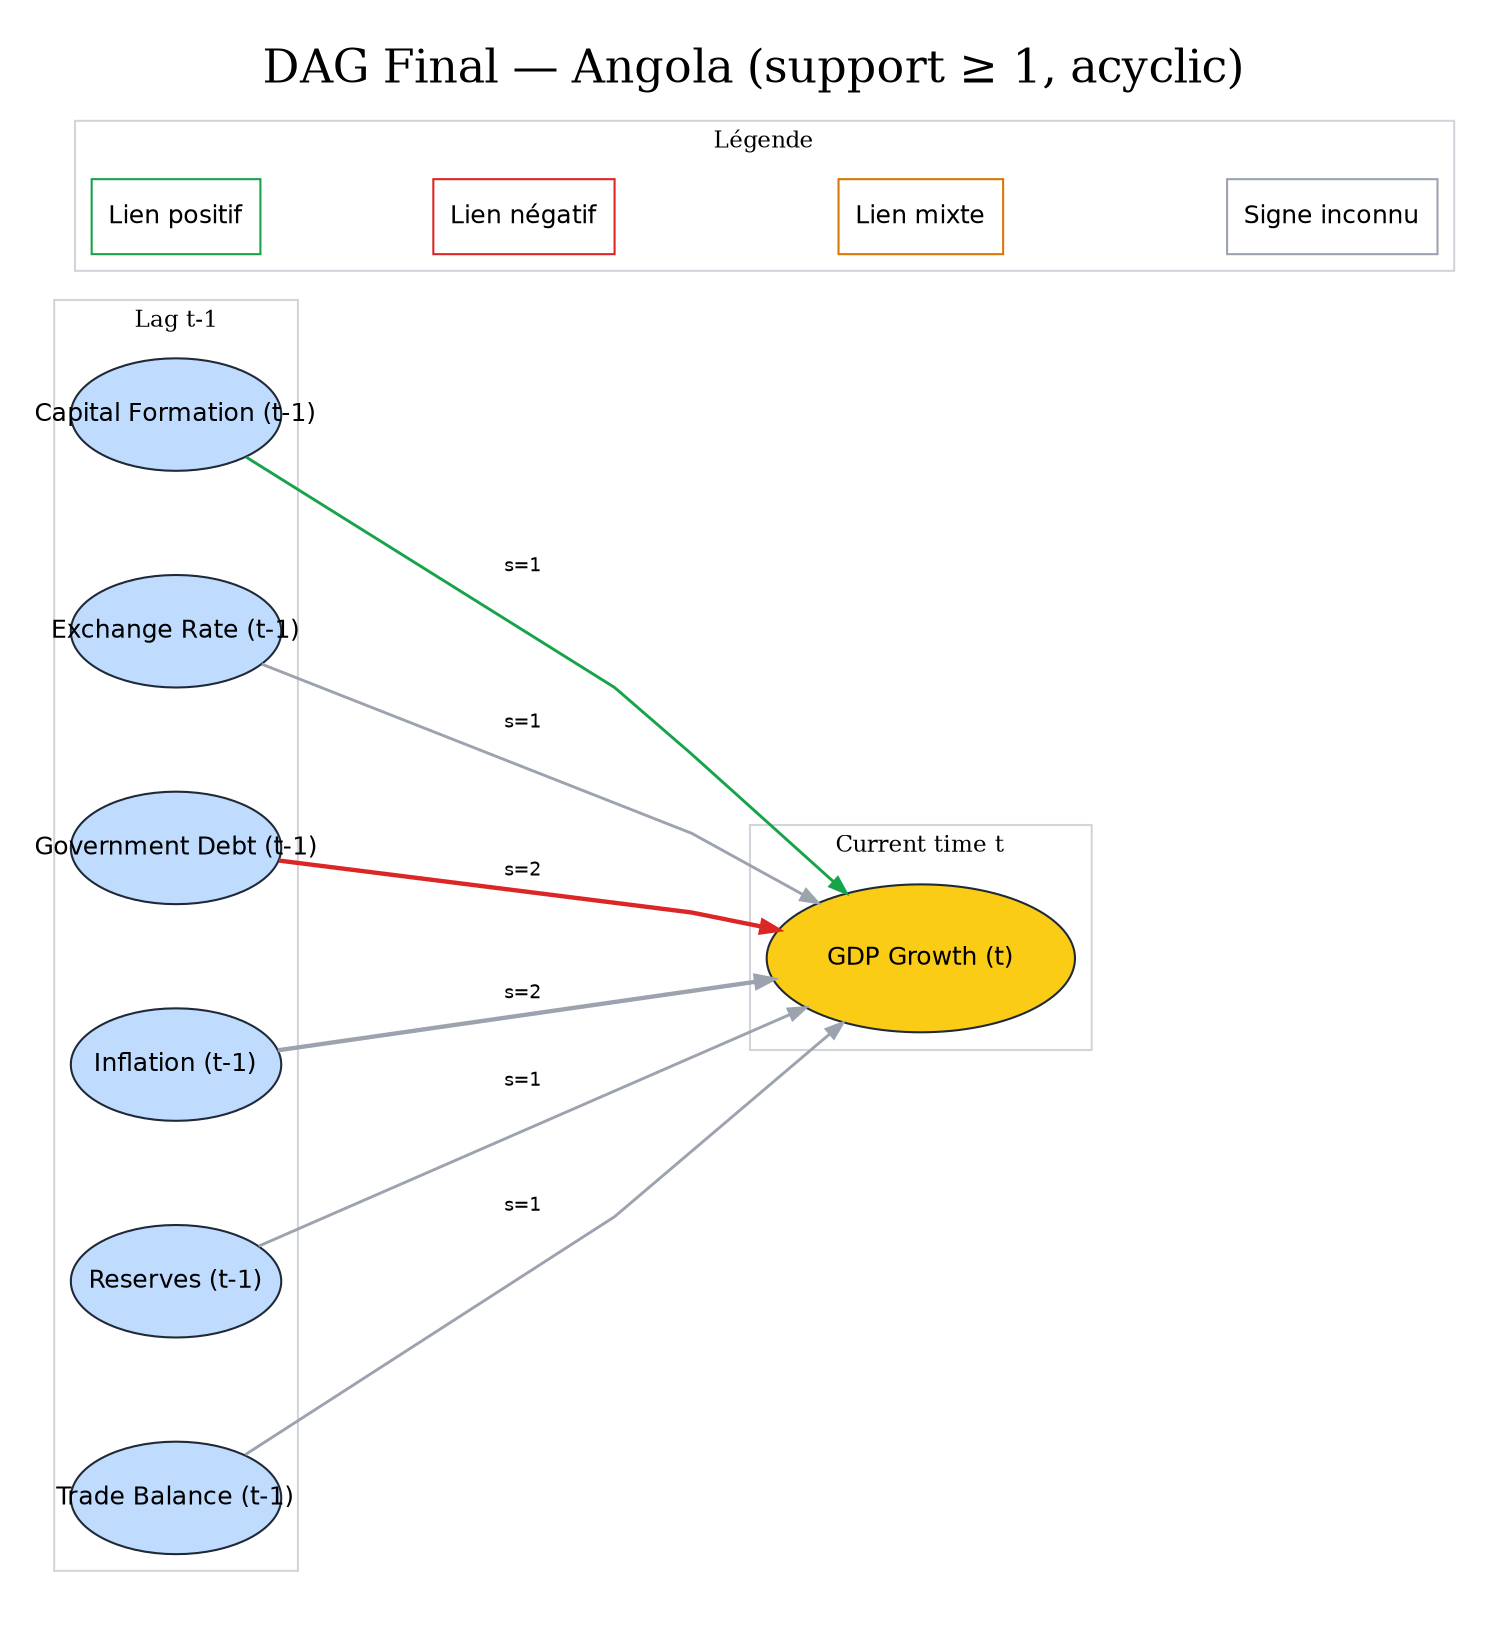
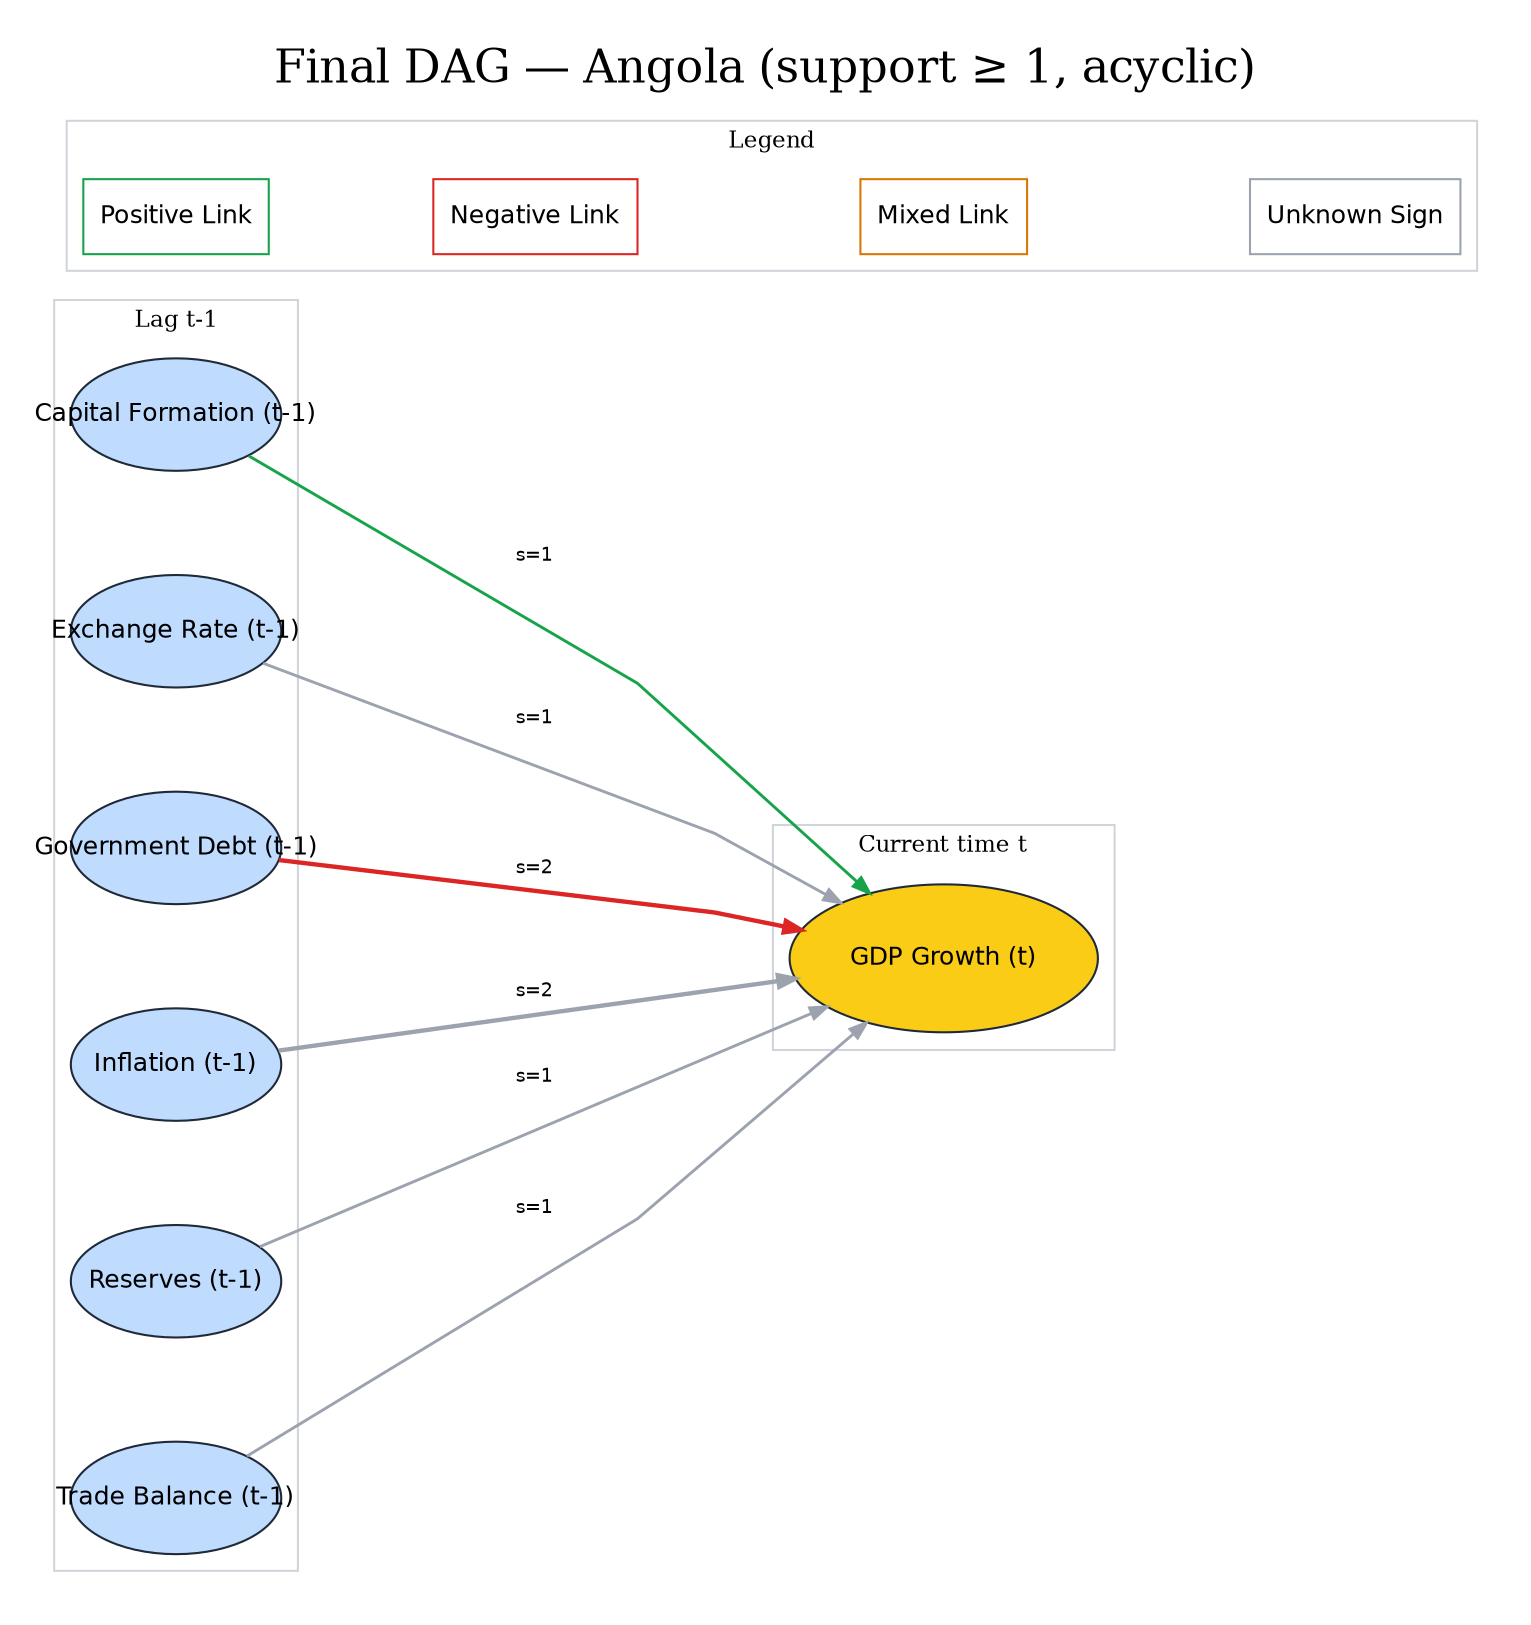
digraph DAG {
- 	bgcolor=white fontsize=22 label="DAG Final — Angola (support ≥ 1, acyclic)" labelloc=t pad=0.25 rankdir=LR
+ 	bgcolor=white fontsize=22 label="Final DAG — Angola (support ≥ 1, acyclic)" labelloc=t pad=0.25 rankdir=LR
	graph [concentrate=false nodesep=0.7 overlap=false ranksep=1.0 splines=polyline]
	node [color="#1f2937" fontname=Helvetica fontsize=12 shape=ellipse style=filled]
	edge [arrowsize=0.8 fontname=Helvetica fontsize=9]
	subgraph cluster_t1 {
		color="#d1d5db" fontsize=11 label="Lag t-1"
		rank=same
		"Capital_Formation__t-1" [label="Capital Formation (t-1)" fillcolor="#bfdbfe" fixedsize=true fontcolor=black height=0.75 width=1.4]
		"Exchange_Rate__t-1" [label="Exchange Rate (t-1)" fillcolor="#bfdbfe" fixedsize=true fontcolor=black height=0.75 width=1.4]
		"Government_Debt__t-1" [label="Government Debt (t-1)" fillcolor="#bfdbfe" fixedsize=true fontcolor=black height=0.75 width=1.4]
		"Inflation__t-1" [label="Inflation (t-1)" fillcolor="#bfdbfe" fixedsize=true fontcolor=black height=0.75 width=1.4]
		"Reserves__t-1" [label="Reserves (t-1)" fillcolor="#bfdbfe" fixedsize=true fontcolor=black height=0.75 width=1.4]
		"Trade_Balance__t-1" [label="Trade Balance (t-1)" fillcolor="#bfdbfe" fixedsize=true fontcolor=black height=0.75 width=1.4]
	}
	subgraph cluster_t {
		color="#d1d5db" fontsize=11 label="Current time t"
		rank=same
		GDP_Growth__t [label="GDP Growth (t)" fillcolor="#facc15" fixedsize=true fontcolor=black height=0.98 width=2.06]
	}
	"Government_Debt__t-1" -> GDP_Growth__t [label="s=2" color="#dc2626" minlen=2 penwidth=2.0999999999999996]
	"Inflation__t-1" -> GDP_Growth__t [label="s=2" color="#9ca3af" minlen=2 penwidth=2.0999999999999996]
	"Reserves__t-1" -> GDP_Growth__t [label="s=1" color="#9ca3af" minlen=2 penwidth=1.4]
	"Capital_Formation__t-1" -> GDP_Growth__t [label="s=1" color="#16a34a" minlen=2 penwidth=1.4]
	"Exchange_Rate__t-1" -> GDP_Growth__t [label="s=1" color="#9ca3af" minlen=2 penwidth=1.4]
	"Trade_Balance__t-1" -> GDP_Growth__t [label="s=1" color="#9ca3af" minlen=2 penwidth=1.4]
	subgraph cluster_legend {
- 		color="#d1d5db" fontsize=11 label="Légende"
- 		Lpos [label="Lien positif" color="#16a34a" fillcolor=white shape=box style=filled]
- 		Lneg [label="Lien négatif" color="#dc2626" fillcolor=white shape=box style=filled]
- 		Lmix [label="Lien mixte" color="#d97706" fillcolor=white shape=box style=filled]
- 		Lunk [label="Signe inconnu" color="#9ca3af" fillcolor=white shape=box style=filled]
+ 		color="#d1d5db" fontsize=11 label=Legend
+ 		Lpos [label="Positive Link" color="#16a34a" fillcolor=white shape=box style=filled]
+ 		Lneg [label="Negative Link" color="#dc2626" fillcolor=white shape=box style=filled]
+ 		Lmix [label="Mixed Link" color="#d97706" fillcolor=white shape=box style=filled]
+ 		Lunk [label="Unknown Sign" color="#9ca3af" fillcolor=white shape=box style=filled]
		Lpos -> Lneg [style=invis]
		Lneg -> Lmix [style=invis]
		Lmix -> Lunk [style=invis]
	}
}
